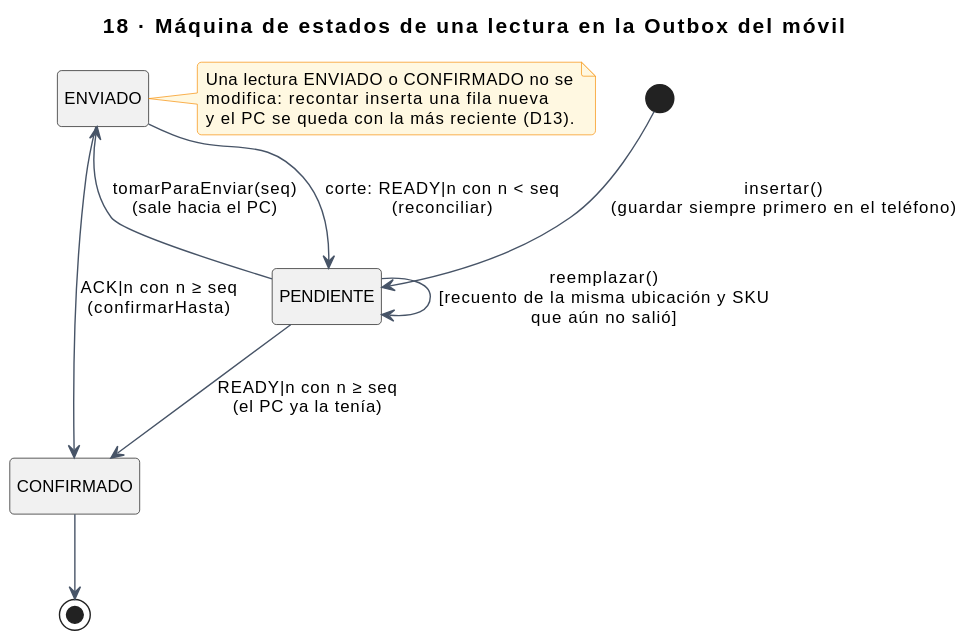
This is docs/img/uml/18-estados-lectura-outbox.svg from sebas-archive/kardex-bt, a PlantUML export, as it was before one commit. Source of this version:
```plantuml
@startuml
!include estilo.iuml
title 18 · Máquina de estados de una lectura en la Outbox del móvil
hide empty description

[*] --> PENDIENTE : insertar()\n(guardar siempre primero en el teléfono)
PENDIENTE --> PENDIENTE : reemplazar()\n[recuento de la misma ubicación y SKU\nque aún no salió]
PENDIENTE --> ENVIADO : tomarParaEnviar(seq)\n(sale hacia el PC)
ENVIADO --> CONFIRMADO : ACK|n con n ≥ seq\n(confirmarHasta)
ENVIADO --> PENDIENTE : corte: READY|n con n < seq\n(reconciliar)
PENDIENTE --> CONFIRMADO : READY|n con n ≥ seq\n(el PC ya la tenía)
CONFIRMADO --> [*]

note right of ENVIADO
  Una lectura ENVIADO o CONFIRMADO no se
  modifica: recontar inserta una fila nueva
  y el PC se queda con la más reciente (D13).
end note
@enduml
```
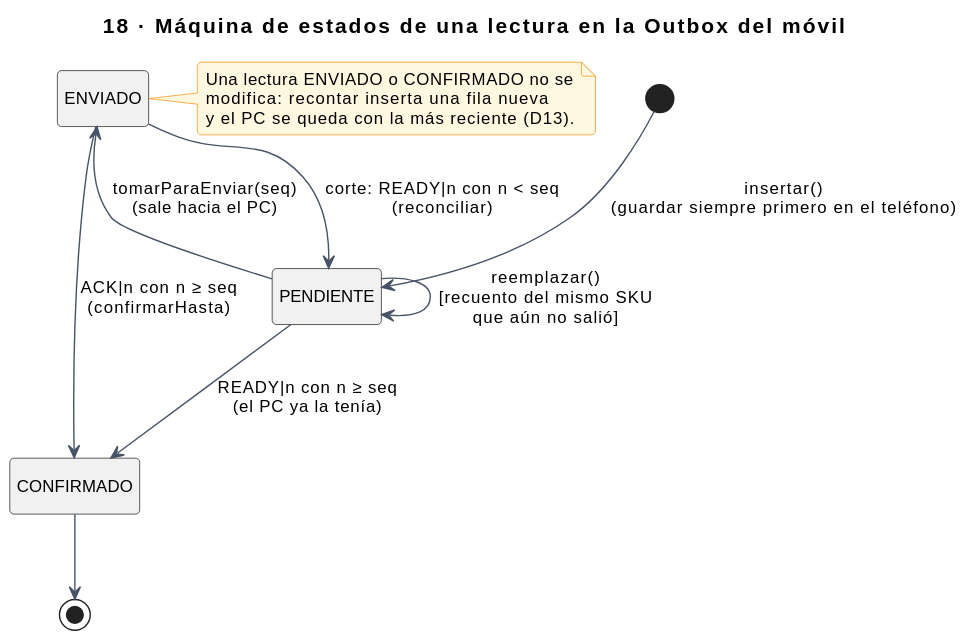
After the change.

What changed in the source:
```diff
@@ -4,7 +4,7 @@
 hide empty description
 
 [*] --> PENDIENTE : insertar()\n(guardar siempre primero en el teléfono)
-PENDIENTE --> PENDIENTE : reemplazar()\n[recuento de la misma ubicación y SKU\nque aún no salió]
+PENDIENTE --> PENDIENTE : reemplazar()\n[recuento del mismo SKU\nque aún no salió]
 PENDIENTE --> ENVIADO : tomarParaEnviar(seq)\n(sale hacia el PC)
 ENVIADO --> CONFIRMADO : ACK|n con n ≥ seq\n(confirmarHasta)
 ENVIADO --> PENDIENTE : corte: READY|n con n < seq\n(reconciliar)
```
